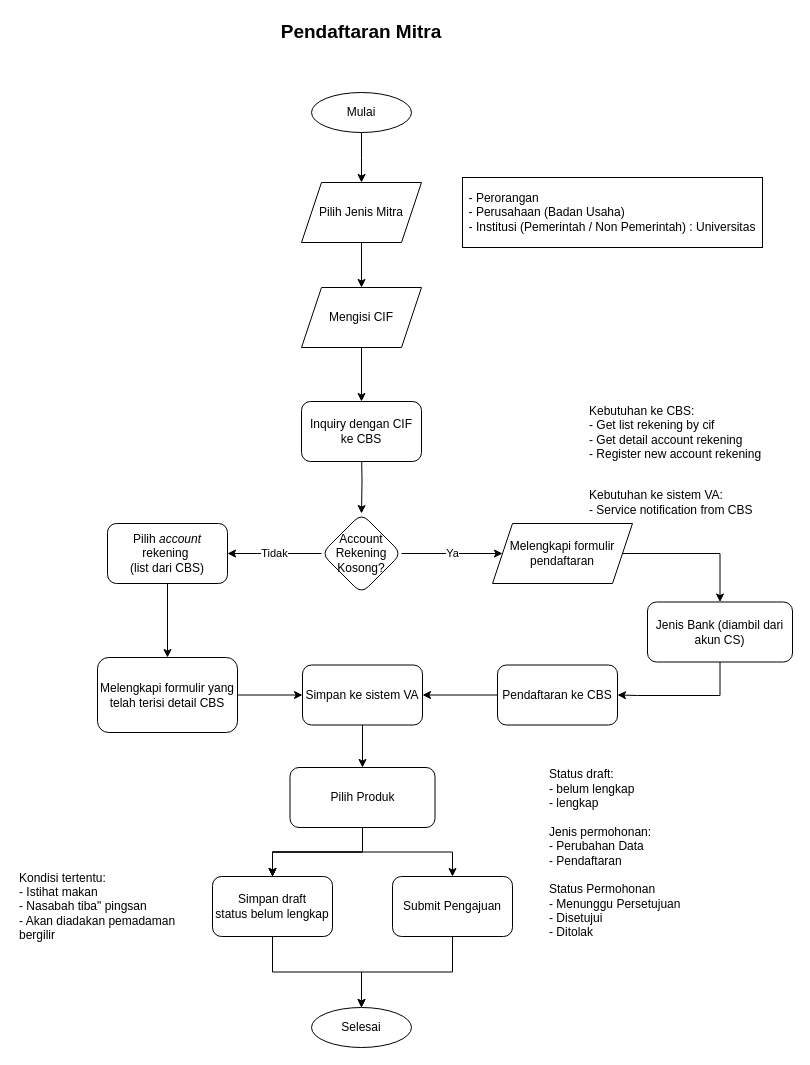
Above: page "Pendaftaran Mitra" (1 of 8) of use-case/flow-pendaftaran.drawio in aribrilliantsyah/fsd_va_bpd_diy (draw.io), before the change. Source tidied: cells renumbered, new cells numbered last; positions are measured from the earlier drawing's top-left corner, leaving out a move shared by most shapes. Both pictures are drawn from the tidied source at 100%, with x=0, y=0 at pixel (17, 17).
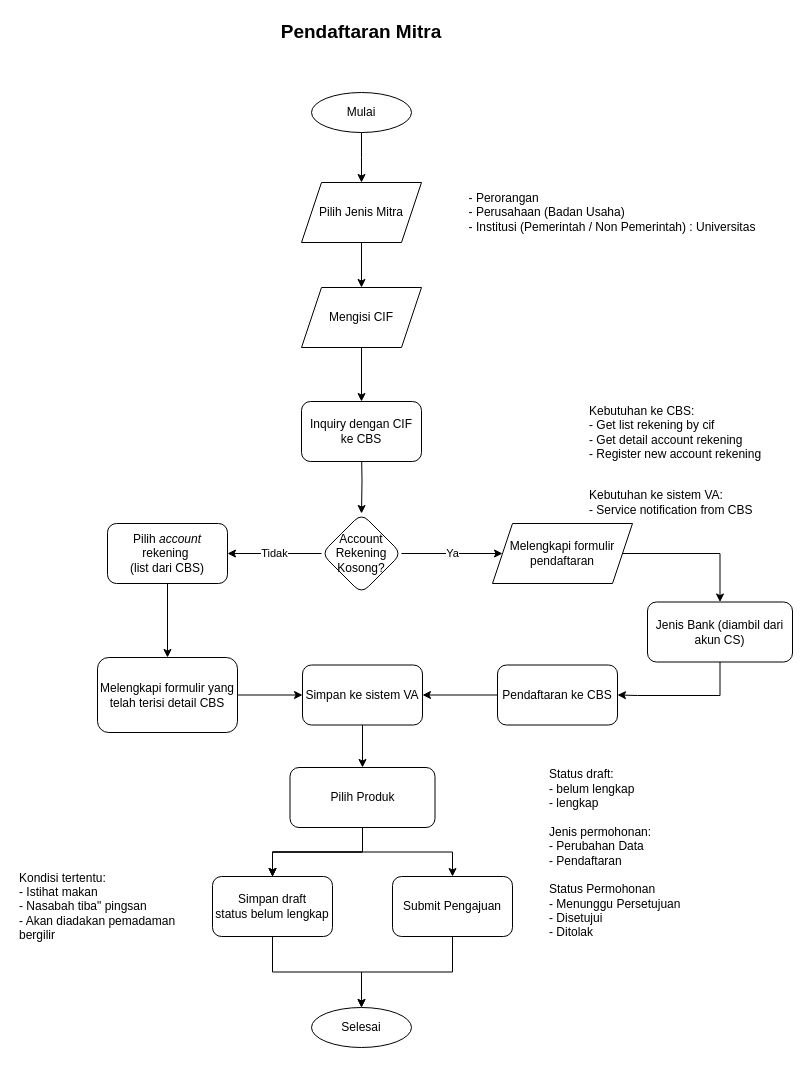
The same page after the edit.

The edit, as a diff of the source:
```diff
@@
-    <mxCell id="11" value="&lt;div style=&quot;text-align: left;&quot;&gt;&lt;span style=&quot;background-color: initial;&quot;&gt;- Perorangan&lt;/span&gt;&lt;/div&gt;&lt;div style=&quot;text-align: left;&quot;&gt;&lt;span style=&quot;background-color: initial;&quot;&gt;- Perusahaan (Badan Usaha)&lt;/span&gt;&lt;/div&gt;&lt;div style=&quot;text-align: left;&quot;&gt;- Institusi (Pemerintah / Non Pemerintah) : Universitas&lt;/div&gt;" style="text;html=1;strokeColor=default;fillColor=none;align=center;verticalAlign=middle;whiteSpace=wrap;rounded=0;fontFamily=Helvetica;strokeWidth=1;" parent="1" vertex="1">
+    <mxCell id="11" value="&lt;div style=&quot;text-align: left;&quot;&gt;&lt;span style=&quot;background-color: initial;&quot;&gt;- Perorangan&lt;/span&gt;&lt;/div&gt;&lt;div style=&quot;text-align: left;&quot;&gt;&lt;span style=&quot;background-color: initial;&quot;&gt;- Perusahaan (Badan Usaha)&lt;/span&gt;&lt;/div&gt;&lt;div style=&quot;text-align: left;&quot;&gt;- Institusi (Pemerintah / Non Pemerintah) : Universitas&lt;/div&gt;" style="text;html=1;strokeColor=none;fillColor=none;align=center;verticalAlign=middle;whiteSpace=wrap;rounded=0;fontFamily=Helvetica;strokeWidth=1;" parent="1" vertex="1">
       <mxGeometry x="445" y="160" width="300" height="70" as="geometry" />
     </mxCell>
```
